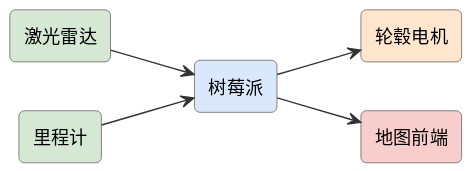
Above: assets/diagrams/ideas-fig90.svg in mingyi0818/IntelligentMcuCourse (PlantUML), before the change.
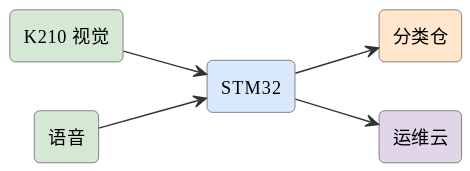
Above is the later version.

The edit, as a diff of the source:
```diff
@@ -6,13 +6,13 @@
 skinparam arrowFontSize 11
 skinparam arrowColor #333
 left to right direction
-rectangle "激光雷达" as lidar #d5e8d4
-rectangle "里程计" as odo #d5e8d4
-rectangle "树莓派" as pc #dae8fc
-rectangle "轮毂电机" as motor #ffe6cc
-rectangle "地图前端" as map #f8cecc
-lidar --> pc
-odo --> pc
-pc --> motor
-pc --> map
+rectangle "K210 视觉" as cam #d5e8d4
+rectangle "语音" as mic #d5e8d4
+rectangle "STM32" as stm #dae8fc
+rectangle "分类仓" as bin #ffe6cc
+rectangle "运维云" as cloud #e1d5e8
+cam --> stm
+mic --> stm
+stm --> bin
+stm --> cloud
 @enduml
```
